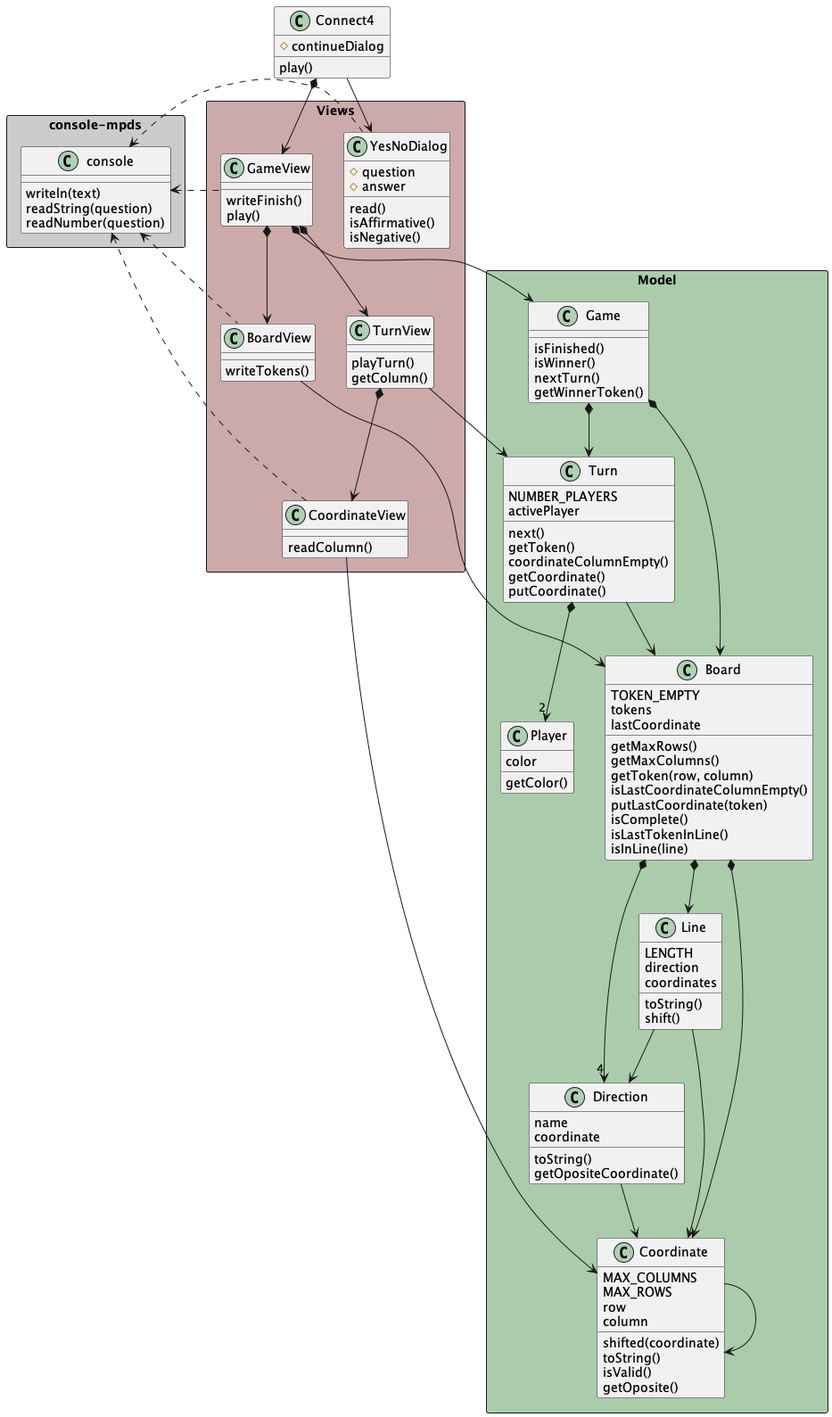
Earlier version of the PlantUML export game-connect4/docs/diagrams/objectOriented/constructorFunction/class diagram/connect4_constructorFunction_classdiagram.png (mpaulaherrero/escuelaIT).
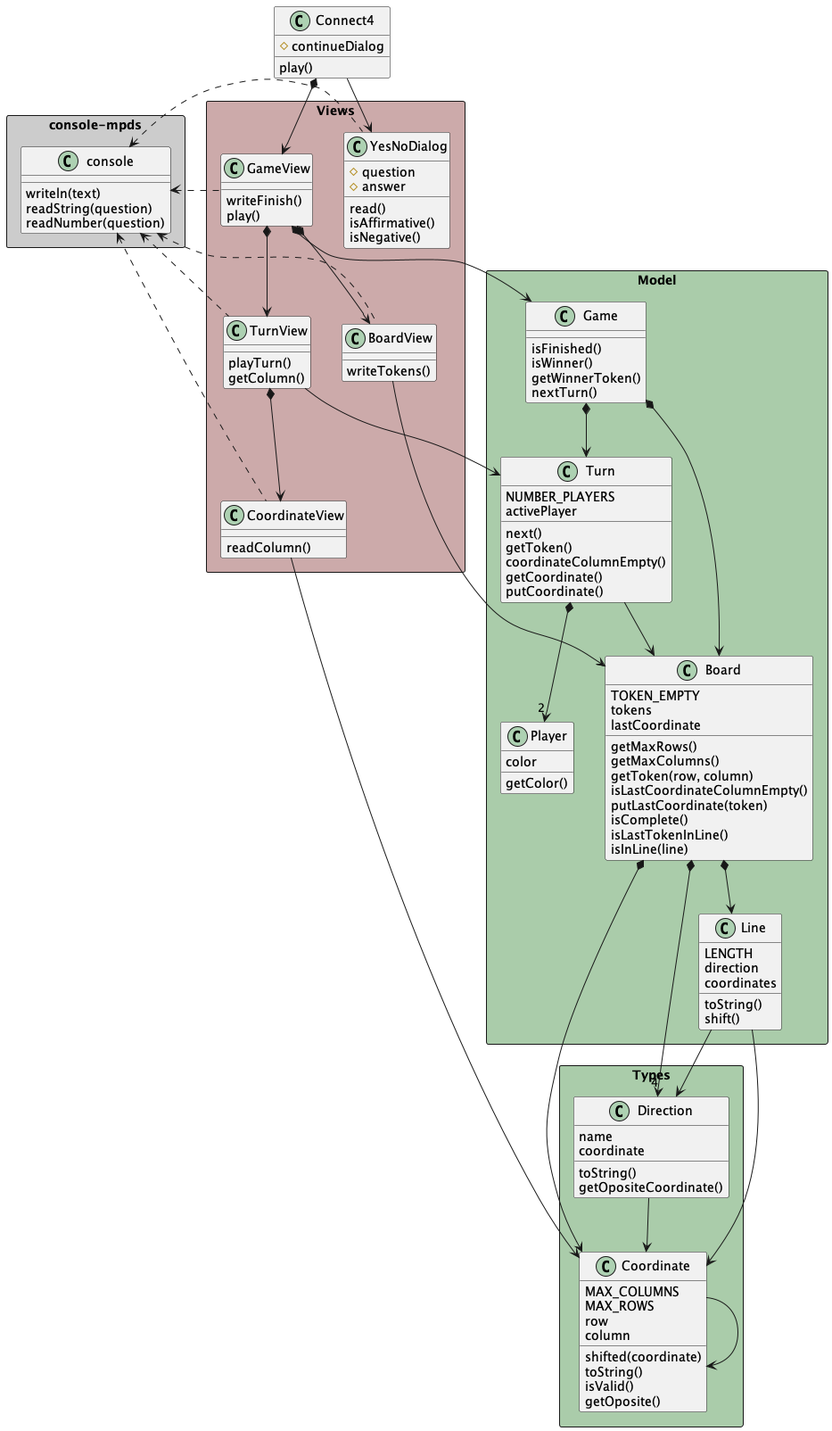
The same diagram one commit later.

Change to the diagram source:
```diff
@@ -8,7 +8,7 @@
     }
 }
 
-package "Model" <<Rectangle>> #aca {
+package "Types" <<Rectangle>> #aca {
     class Coordinate {
         MAX_COLUMNS
         MAX_ROWS
@@ -26,7 +26,9 @@
         toString()
         getOpositeCoordinate()
     }
+}
 
+package "Model" <<Rectangle>> #aca {
     class Line {
         LENGTH
         direction
@@ -67,8 +69,8 @@
     class Game {
         isFinished()
         isWinner()
+        getWinnerToken()
         nextTurn()
-        getWinnerToken()
     }
 }
 
@@ -139,6 +141,7 @@
 YesNoDialog .-l-> console
 GameView .-l-> console
 BoardView .-l-> console
+TurnView .-l-> console
 CoordinateView .-l-> console
 
 @enduml
```
